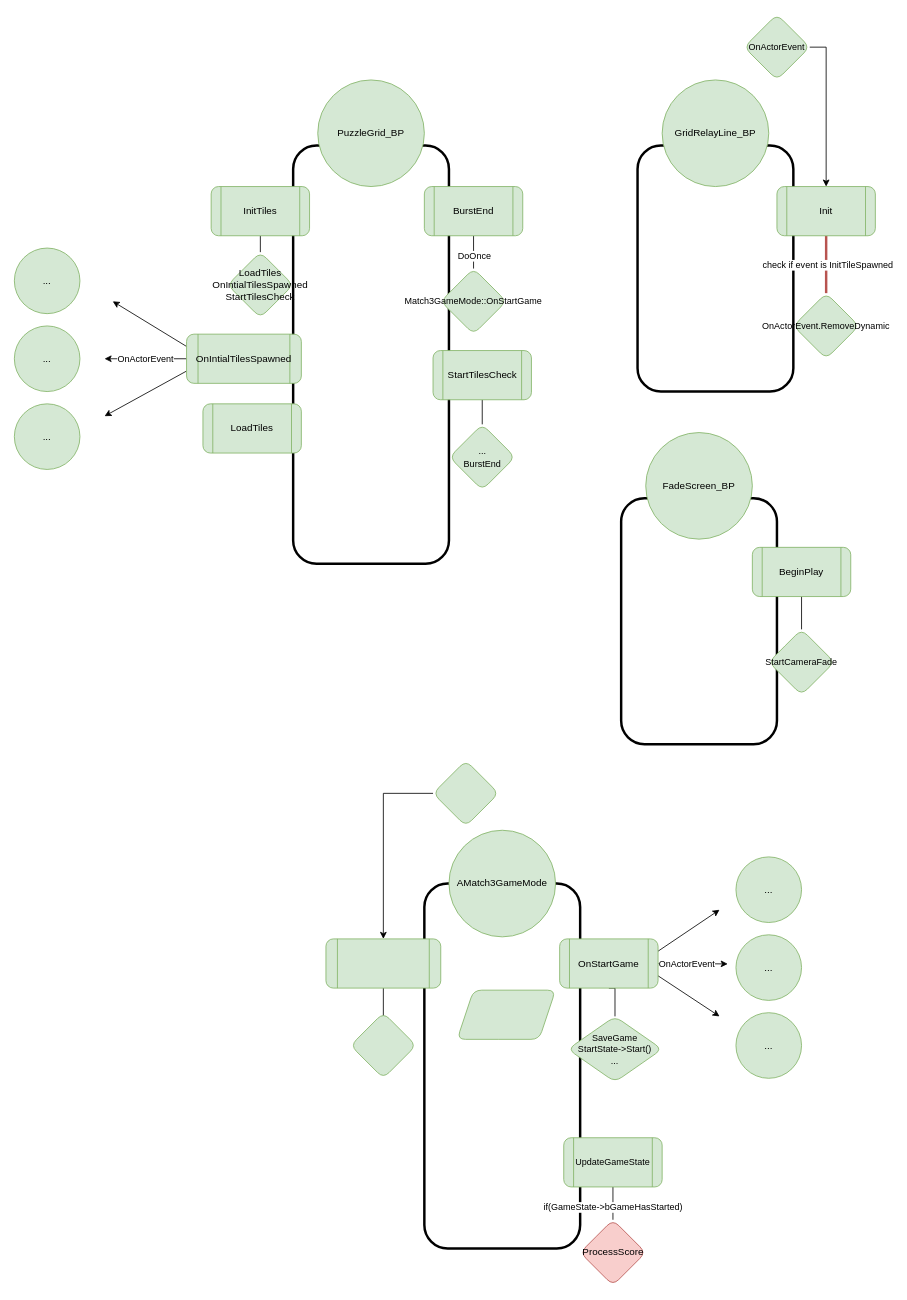
The draw.io diagram Design Documents/GameLoad.drawio in accusard/POdimh, before the edit. Source tidied: cells renumbered, new cells numbered last; positions are measured from the earlier drawing's top-left corner, leaving out a move shared by most shapes. Both pictures are drawn from the tidied source at 82%, with x=0, y=0 at pixel (14, 14).
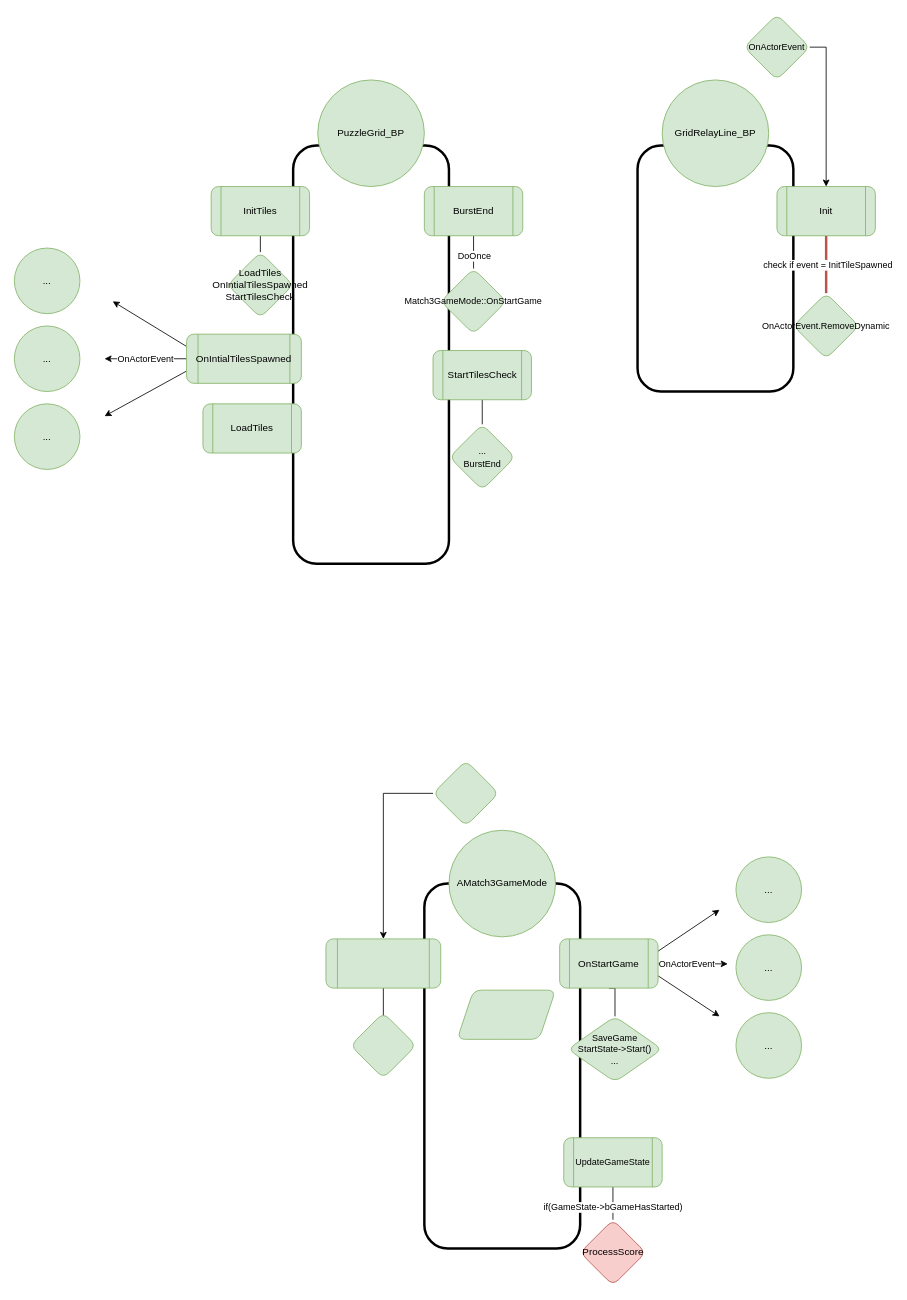
Above is the later version.

Commit message (it also covers changes not shown here):
fix audio playing matching sounds when game hasn't started

The change refers to these unchanged cells:
```xml
<mxCell id="42" style="edgeStyle=none;rounded=1;jettySize=auto;html=1;exitX=0.5;exitY=1;exitDx=0;exitDy=0;endArrow=none;endFill=0;entryX=0.5;entryY=0;entryDx=0;entryDy=0;fontFamily=SF Mono;fillColor=#f8cecc;strokeColor=#b85450;strokeWidth=3;" parent="1" edge="1" source="44" target="46">
  <mxGeometry relative="1" as="geometry" />
</mxCell>
```

Diff of the diagram source:
```diff
@@
-    <mxCell id="43" value="check if event is InitTileSpawned" style="edgeLabel;html=1;align=center;verticalAlign=middle;fontSize=11;fontFamily=SF Mono;fontColor=default;" parent="42" vertex="1">
+    <mxCell id="43" value="check if event = InitTileSpawned" style="edgeLabel;html=1;align=center;verticalAlign=middle;fontSize=11;fontFamily=SF Mono;fontColor=default;" parent="42" vertex="1">
       <mxGeometry y="1" relative="1" as="geometry" />
     </mxCell>
@@
-    <mxCell id="53" style="rounded=1;whiteSpace=wrap;html=1;fillColor=none;strokeWidth=3;fontFamily=SF Mono;" parent="1" vertex="1">
-      <mxGeometry x="740" y="590" width="190" height="300" as="geometry" />
-    </mxCell>
-    <mxCell id="54" value="FadeScreen_BP" style="ellipse;whiteSpace=wrap;html=1;fillColor=#d5e8d4;strokeColor=#82b366;rounded=1;fontFamily=SF Mono;" parent="1" vertex="1">
-      <mxGeometry x="770" y="510" width="130" height="130" as="geometry" />
-    </mxCell>
-    <mxCell id="55" style="edgeStyle=orthogonalEdgeStyle;shape=connector;rounded=0;jettySize=auto;html=1;exitX=0.5;exitY=1;exitDx=0;exitDy=0;entryX=0.5;entryY=0;entryDx=0;entryDy=0;labelBackgroundColor=default;fontFamily=SF Mono;fontSize=11;fontColor=default;endArrow=none;endFill=0;strokeColor=default;strokeWidth=1;" parent="1" edge="1" source="56" target="57">
-      <mxGeometry relative="1" as="geometry" />
-    </mxCell>
-    <mxCell id="56" value="BeginPlay" style="shape=process;whiteSpace=wrap;html=1;backgroundOutline=1;fillColor=#d5e8d4;strokeColor=#82b366;rounded=1;fontFamily=SF Mono;" parent="1" vertex="1">
-      <mxGeometry x="900" y="650" width="120" height="60" as="geometry" />
-    </mxCell>
-    <mxCell id="57" value="&lt;span style=&quot;font-size: 11px&quot;&gt;StartCameraFade&lt;br&gt;&lt;/span&gt;" style="rhombus;whiteSpace=wrap;html=1;fillColor=#d5e8d4;strokeColor=#82b366;rounded=1;labelBackgroundColor=none;fontFamily=SF Mono;" parent="1" vertex="1">
-      <mxGeometry x="920" y="750" width="80" height="80" as="geometry" />
-    </mxCell>
```
